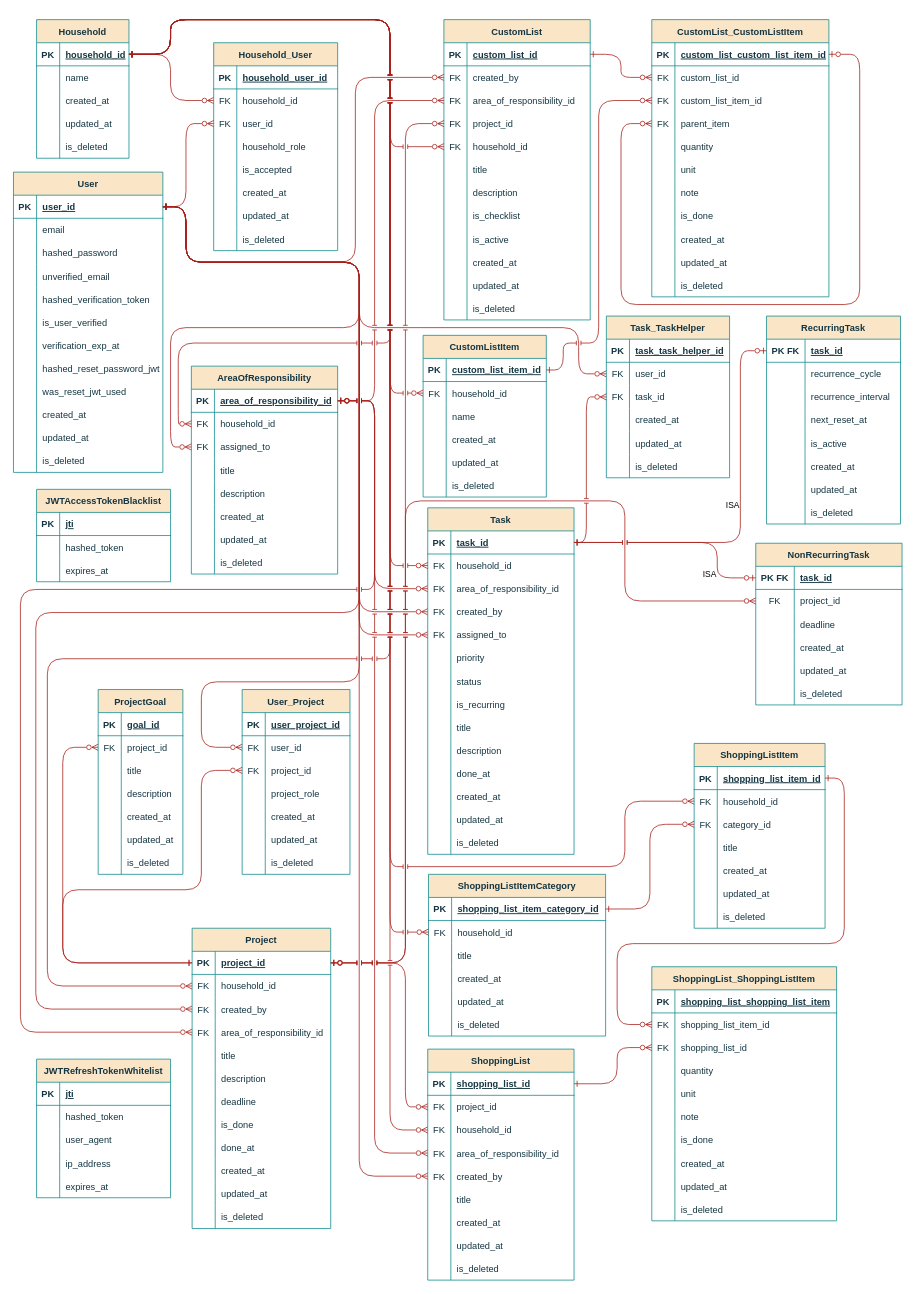
Earlier version of the draw.io diagram docs/src/diagrams/erd/TheMentalLoadHub_ERD.drawio (dominikoetiker/TheMentalLoadHub). Source tidied: cells renumbered, new cells numbered last; positions are measured from the earlier drawing's top-left corner, leaving out a move shared by most shapes. Both pictures are drawn from the tidied source at 77%, with x=0, y=0 at pixel (13, 19).
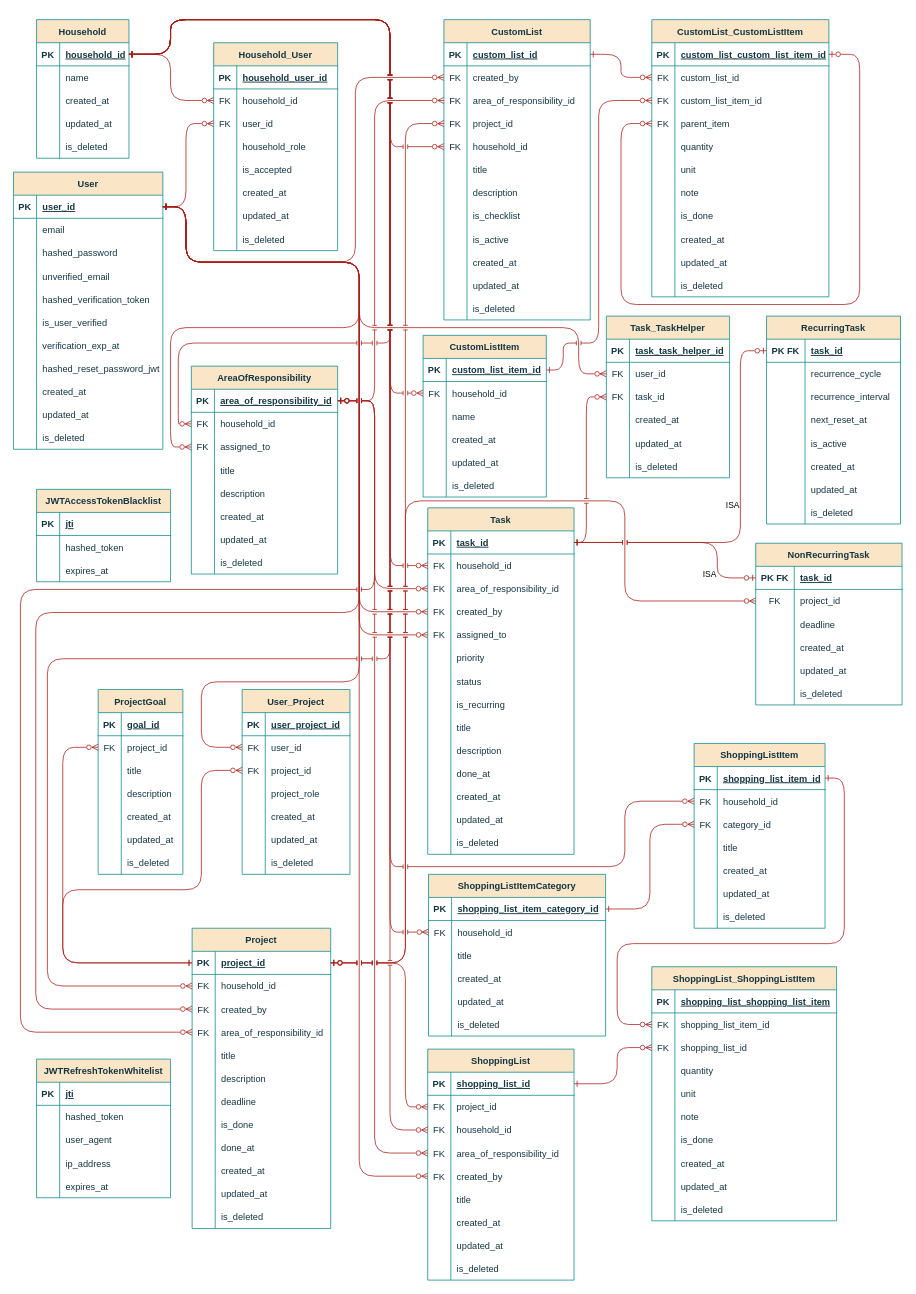
The same page after the edit.

What changed in the source:
```diff
@@
     <mxCell id="33" value="User" style="shape=table;startSize=30;childLayout=tableLayout;rowLines=0;fontStyle=1;align=center;shadow=0;rounded=0;labelBackgroundColor=none;comic=0;enumerate=0;fillColor=#FAE5C7;strokeColor=#0F8B8D;fontColor=#143642;" parent="1" vertex="1">
-      <mxGeometry y="198" width="194" height="390" as="geometry" />
+      <mxGeometry y="198" width="194" height="360" as="geometry" />
     </mxCell>
@@
-    <mxCell id="58" style="shape=tableRow;horizontal=0;startSize=0;swimlaneHead=0;swimlaneBody=0;fillColor=none;top=0;left=0;right=0;bottom=0;shadow=0;rounded=0;labelBackgroundColor=none;comic=0;enumerate=0;strokeColor=#0F8B8D;fontColor=#143642;" parent="33" vertex="1">
-      <mxGeometry y="270" width="194" height="30" as="geometry" />
-    </mxCell>
-    <mxCell id="59" style="shape=partialRectangle;overflow=hidden;fillColor=none;top=0;left=0;bottom=0;right=0;shadow=0;rounded=0;labelBackgroundColor=none;comic=0;enumerate=0;strokeColor=#0F8B8D;fontColor=#143642;" parent="58" vertex="1">
-      <mxGeometry width="30" height="30" as="geometry" />
-    </mxCell>
-    <mxCell id="60" value="was_reset_jwt_used" style="shape=partialRectangle;overflow=hidden;fillColor=none;align=left;top=0;left=0;bottom=0;right=0;spacingLeft=6;shadow=0;rounded=0;labelBackgroundColor=none;comic=0;enumerate=0;strokeColor=#0F8B8D;fontColor=#143642;" parent="58" vertex="1">
-      <mxGeometry x="30" width="164" height="30" as="geometry" />
-    </mxCell>
     <mxCell id="61" style="shape=tableRow;horizontal=0;startSize=0;swimlaneHead=0;swimlaneBody=0;fillColor=none;top=0;left=0;right=0;bottom=0;shadow=0;rounded=0;labelBackgroundColor=none;comic=0;enumerate=0;strokeColor=#0F8B8D;fontColor=#143642;" parent="33" vertex="1">
-      <mxGeometry y="300" width="194" height="30" as="geometry" />
+      <mxGeometry y="270" width="194" height="30" as="geometry" />
     </mxCell>
@@
     <mxCell id="64" style="shape=tableRow;horizontal=0;startSize=0;swimlaneHead=0;swimlaneBody=0;fillColor=none;top=0;left=0;right=0;bottom=0;shadow=0;rounded=0;labelBackgroundColor=none;comic=0;enumerate=0;strokeColor=#0F8B8D;fontColor=#143642;" parent="33" vertex="1">
-      <mxGeometry y="330" width="194" height="30" as="geometry" />
+      <mxGeometry y="300" width="194" height="30" as="geometry" />
     </mxCell>
@@
     <mxCell id="67" style="shape=tableRow;horizontal=0;startSize=0;swimlaneHead=0;swimlaneBody=0;fillColor=none;top=0;left=0;right=0;bottom=0;shadow=0;rounded=0;labelBackgroundColor=none;comic=0;enumerate=0;strokeColor=#0F8B8D;fontColor=#143642;" parent="33" vertex="1">
-      <mxGeometry y="360" width="194" height="30" as="geometry" />
+      <mxGeometry y="330" width="194" height="30" as="geometry" />
     </mxCell>
```
